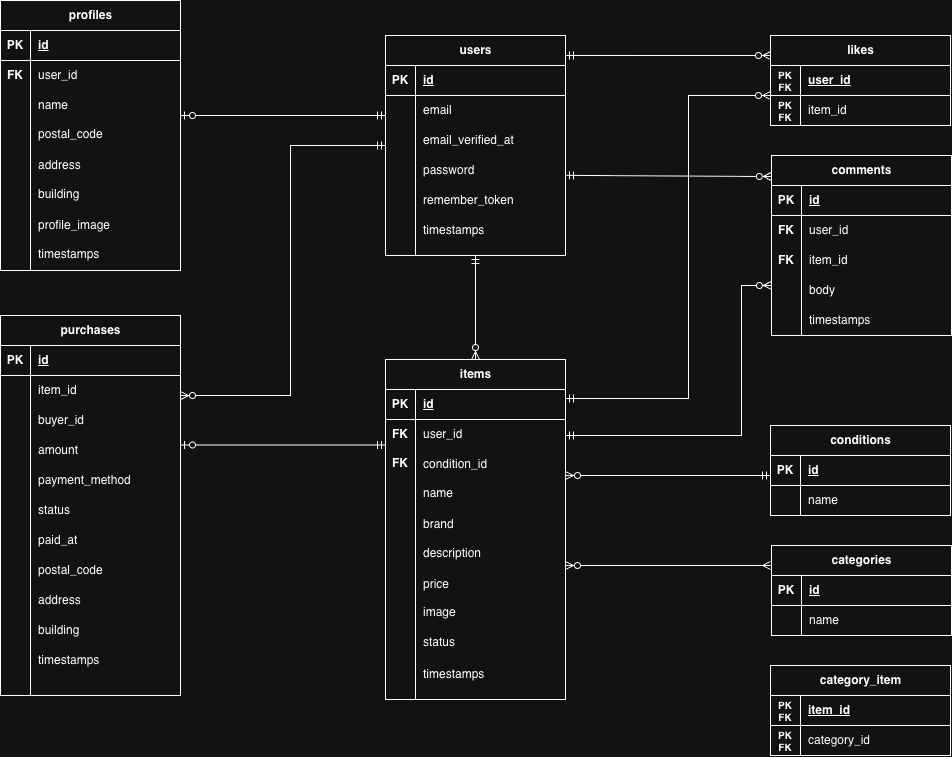
Earlier version of the draw.io export docs/erd.png (aliettamediter/flea-market_app). Source tidied: cells renumbered, new cells last; positions are measured from the earlier drawing's top-left corner, leaving out a move shared by most shapes.
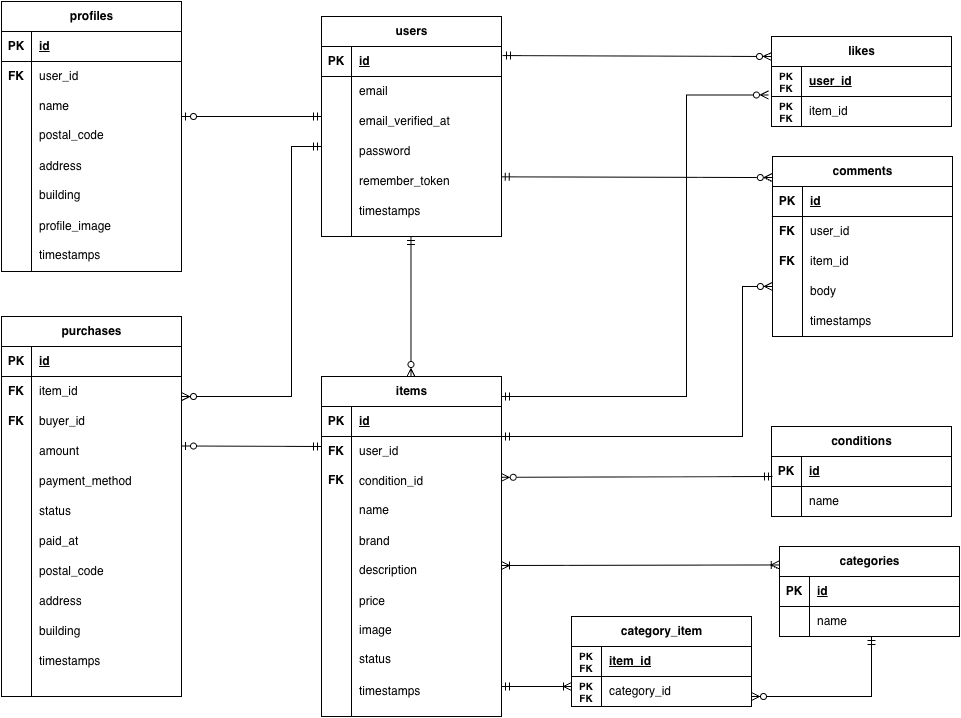
After the change.

The edit, as a diff of the source:
```diff
@@ -3,7 +3,7 @@
     <mxCell id="0" />
     <mxCell id="1" parent="0" />
     <mxCell id="2" style="group;" parent="1" vertex="1">
-      <mxGeometry x="385" y="35" width="180" height="220" as="geometry" />
+      <mxGeometry x="320" y="15" width="180" height="220" as="geometry" />
     </mxCell>
     <mxCell id="3" value="email_verified_at" style="shape=partialRectangle;fillColor=none;top=0;left=0;bottom=0;right=0;align=left;spacingLeft=6;overflow=hidden;whiteSpace=wrap;html=1;" parent="2" vertex="1">
       <mxGeometry x="30" y="90" width="150" height="30" as="geometry" />
@@ -108,7 +108,7 @@
       <mxGeometry y="60" width="30" height="30" as="geometry" />
     </mxCell>
     <mxCell id="37" style="group;" parent="1" vertex="1">
-      <mxGeometry x="385" y="359" width="180" height="330" as="geometry" />
+      <mxGeometry x="320" y="375" width="180" height="330" as="geometry" />
     </mxCell>
     <mxCell id="38" value="items" style="shape=table;startSize=30;rowLines=0;fontStyle=1;align=center;html=1;" parent="37" vertex="1">
       <mxGeometry width="180" height="340" as="geometry" />
@@ -177,7 +177,7 @@
       <mxGeometry x="30" y="268" width="150" height="29" as="geometry" />
     </mxCell>
     <mxCell id="60" value="categories" style="shape=table;startSize=30;rowLines=0;fontStyle=1;align=center;html=1;" parent="1" vertex="1">
-      <mxGeometry x="770.9" y="545" width="180" height="90" as="geometry" />
+      <mxGeometry x="778" y="545" width="180" height="90" as="geometry" />
     </mxCell>
     <mxCell id="61" style="shape=tableRow;horizontal=0;startSize=0;swimlaneHead=0;swimlaneBody=0;fillColor=none;top=0;left=0;right=0;bottom=1;" parent="60" vertex="1">
       <mxGeometry y="30" width="180" height="30" as="geometry" />
@@ -273,7 +273,7 @@
       <mxGeometry y="60" width="30" height="30" as="geometry" />
     </mxCell>
     <mxCell id="92" style="group;" parent="1" vertex="1">
-      <mxGeometry x="770" y="665" width="180" height="90" as="geometry" />
+      <mxGeometry x="570" y="615" width="180" height="90" as="geometry" />
     </mxCell>
     <mxCell id="93" value="category_item" style="shape=table;startSize=30;rowLines=0;fontStyle=1;align=center;html=1;" parent="92" vertex="1">
       <mxGeometry width="180" height="90" as="geometry" />
@@ -305,12 +305,13 @@
     <mxCell id="102" style="edgeStyle=entityRelationEdgeStyle;fontSize=12;html=1;endArrow=ERmandOne;startArrow=ERzeroToOne;rounded=0;startFill=0;" parent="1" edge="1">
       <mxGeometry relative="1" as="geometry">
         <mxPoint x="180" y="115" as="sourcePoint" />
-        <mxPoint x="385" y="115" as="targetPoint" />
+        <mxPoint x="320" y="115" as="targetPoint" />
       </mxGeometry>
     </mxCell>
-    <mxCell id="103" style="fontSize=12;html=1;endArrow=ERzeroToMany;rounded=0;entryX=0.5;entryY=0;entryDx=0;entryDy=0;startArrow=ERmandOne;startFill=0;endFill=0;" parent="1" edge="1" target="38">
+    <mxCell id="103" style="fontSize=12;html=1;endArrow=ERzeroToMany;rounded=0;entryX=0.5;entryY=0;entryDx=0;entryDy=0;startArrow=ERmandOne;startFill=0;endFill=0;" parent="1" edge="1">
       <mxGeometry relative="1" as="geometry">
-        <mxPoint x="475" y="255" as="sourcePoint" />
+        <mxPoint x="409.5" y="235" as="sourcePoint" />
+        <mxPoint x="409.5" y="375" as="targetPoint" />
       </mxGeometry>
     </mxCell>
     <mxCell id="104" value="conditions" style="shape=table;startSize=30;rowLines=0;fontStyle=1;align=center;html=1;" parent="1" vertex="1">
@@ -334,64 +335,59 @@
     <mxCell id="110" value="name" style="shape=partialRectangle;fillColor=none;top=0;left=0;bottom=0;right=0;align=left;spacingLeft=6;overflow=hidden;whiteSpace=wrap;html=1;" parent="108" vertex="1">
       <mxGeometry x="30" width="150" height="30" as="geometry" />
     </mxCell>
-    <mxCell id="111" style="fontSize=12;html=1;endArrow=ERzeroToMany;rounded=0;exitX=1;exitY=0.833;exitDx=0;exitDy=0;exitPerimeter=0;startArrow=ERmandOne;startFill=0;endFill=0;" parent="1" edge="1">
+    <mxCell id="111" style="fontSize=12;html=1;endArrow=ERzeroToMany;rounded=0;startArrow=ERmandOne;startFill=0;endFill=0;exitX=1.006;exitY=0.302;exitDx=0;exitDy=0;exitPerimeter=0;" parent="1" edge="1" source="8">
       <mxGeometry relative="1" as="geometry">
-        <mxPoint x="565" y="55" as="sourcePoint" />
         <mxPoint x="770" y="55" as="targetPoint" />
       </mxGeometry>
     </mxCell>
-    <mxCell id="112" style="fontSize=12;html=1;endArrow=ERzeroToMany;rounded=0;exitX=0.995;exitY=0.845;exitDx=0;exitDy=0;exitPerimeter=0;entryX=-0.006;entryY=0.067;entryDx=0;entryDy=0;entryPerimeter=0;startArrow=ERmandOne;startFill=0;endFill=0;" parent="1" edge="1">
+    <mxCell id="112" style="fontSize=12;html=1;endArrow=ERzeroToMany;rounded=0;entryX=-0.006;entryY=0.067;entryDx=0;entryDy=0;entryPerimeter=0;startArrow=ERmandOne;startFill=0;endFill=0;exitX=0.999;exitY=0.541;exitDx=0;exitDy=0;exitPerimeter=0;" parent="1" edge="1" source="14">
       <mxGeometry relative="1" as="geometry">
-        <mxPoint x="565" y="174.9" as="sourcePoint" />
         <mxPoint x="770.8" y="176.1" as="targetPoint" />
       </mxGeometry>
     </mxCell>
     <mxCell id="113" style="fontSize=12;html=1;endArrow=ERzeroToMany;rounded=0;edgeStyle=orthogonalEdgeStyle;startArrow=ERmandOne;startFill=0;endFill=0;entryX=1;entryY=0.667;entryDx=0;entryDy=0;entryPerimeter=0;" parent="1" edge="1" target="132">
       <mxGeometry relative="1" as="geometry">
-        <mxPoint x="385" y="145" as="sourcePoint" />
+        <mxPoint x="320" y="145" as="sourcePoint" />
         <Array as="points">
           <mxPoint x="290" y="145" />
           <mxPoint x="290" y="395" />
         </Array>
       </mxGeometry>
     </mxCell>
-    <mxCell id="114" style="fontSize=12;html=1;endArrow=ERmany;startArrow=ERzeroToMany;rounded=0;startFill=0;" parent="1" edge="1">
+    <mxCell id="114" style="fontSize=12;html=1;endArrow=ERoneToMany;startArrow=ERoneToMany;rounded=0;startFill=0;endFill=0;entryX=-0.002;entryY=0.205;entryDx=0;entryDy=0;entryPerimeter=0;" parent="1" edge="1" target="60">
       <mxGeometry relative="1" as="geometry">
-        <mxPoint x="565" y="565" as="sourcePoint" />
-        <mxPoint x="770" y="565" as="targetPoint" />
+        <mxPoint x="500" y="564" as="sourcePoint" />
       </mxGeometry>
     </mxCell>
-    <mxCell id="115" style="fontSize=12;html=1;endArrow=ERzeroToMany;rounded=0;edgeStyle=orthogonalEdgeStyle;exitX=1.011;exitY=0.967;exitDx=0;exitDy=0;exitPerimeter=0;startArrow=ERmandOne;startFill=0;endFill=0;" parent="1" edge="1">
+    <mxCell id="115" style="fontSize=12;html=1;endArrow=ERzeroToMany;rounded=0;edgeStyle=orthogonalEdgeStyle;exitX=1.017;exitY=0.063;exitDx=0;exitDy=0;exitPerimeter=0;startArrow=ERmandOne;startFill=0;endFill=0;" parent="1" edge="1">
       <mxGeometry relative="1" as="geometry">
-        <mxPoint x="565" y="398" as="sourcePoint" />
-        <mxPoint x="770" y="95" as="targetPoint" />
+        <mxPoint x="500" y="394.9" as="sourcePoint" />
+        <mxPoint x="766.9" y="93.5" as="targetPoint" />
         <Array as="points">
-          <mxPoint x="688" y="398" />
-          <mxPoint x="688" y="95" />
+          <mxPoint x="685" y="395" />
+          <mxPoint x="685" y="94" />
         </Array>
       </mxGeometry>
     </mxCell>
-    <mxCell id="116" style="fontSize=12;html=1;endArrow=ERzeroToMany;rounded=0;edgeStyle=orthogonalEdgeStyle;startArrow=ERmandOne;startFill=0;endFill=0;" parent="1" edge="1">
+    <mxCell id="116" style="fontSize=12;html=1;endArrow=ERzeroToMany;rounded=0;edgeStyle=orthogonalEdgeStyle;startArrow=ERmandOne;startFill=0;endFill=0;exitX=1;exitY=0;exitDx=0;exitDy=0;exitPerimeter=0;" parent="1" edge="1" source="42">
       <mxGeometry relative="1" as="geometry">
-        <mxPoint x="565" y="435" as="sourcePoint" />
         <mxPoint x="770.9" y="285" as="targetPoint" />
         <Array as="points">
-          <mxPoint x="565" y="435" />
           <mxPoint x="741" y="435" />
           <mxPoint x="741" y="285" />
         </Array>
       </mxGeometry>
     </mxCell>
-    <mxCell id="117" style="edgeStyle=entityRelationEdgeStyle;fontSize=12;html=1;endArrow=ERmandOne;startArrow=ERzeroToOne;rounded=0;startFill=0;" parent="1" edge="1">
+    <mxCell id="117" style="fontSize=12;html=1;endArrow=ERmandOne;startArrow=ERzeroToOne;rounded=0;startFill=0;" parent="1" edge="1">
       <mxGeometry relative="1" as="geometry">
         <mxPoint x="180" y="444.5" as="sourcePoint" />
-        <mxPoint x="385" y="444.5" as="targetPoint" />
+        <mxPoint x="320" y="445" as="targetPoint" />
       </mxGeometry>
     </mxCell>
-    <mxCell id="118" style="edgeStyle=entityRelationEdgeStyle;fontSize=12;html=1;endArrow=ERmandOne;startArrow=ERzeroToMany;rounded=0;startFill=0;" parent="1" edge="1">
+    <mxCell id="118" style="fontSize=12;html=1;endArrow=ERmandOne;startArrow=ERzeroToMany;rounded=0;startFill=0;exitX=0.993;exitY=0.361;exitDx=0;exitDy=0;exitPerimeter=0;" parent="1" edge="1">
       <mxGeometry relative="1" as="geometry">
-        <mxPoint x="565" y="475" as="sourcePoint" />
-        <mxPoint x="770" y="475" as="targetPoint" />
+        <mxPoint x="499.7" y="475.8" as="sourcePoint" />
+        <mxPoint x="771" y="475" as="targetPoint" />
       </mxGeometry>
     </mxCell>
     <mxCell id="119" value="timestamps" style="shape=partialRectangle;fillColor=none;top=0;left=0;bottom=0;right=0;align=left;spacingLeft=6;overflow=hidden;whiteSpace=wrap;html=1;" parent="1" vertex="1">
@@ -460,5 +456,26 @@
     <mxCell id="140" style="shape=partialRectangle;fillColor=none;top=0;left=0;bottom=0;right=0;align=left;spacingLeft=6;overflow=hidden;whiteSpace=wrap;html=1;" parent="138" vertex="1">
       <mxGeometry x="30" width="150" height="260" as="geometry" />
     </mxCell>
+    <mxCell id="141" value="FK" style="shape=partialRectangle;fillColor=none;top=0;left=0;bottom=0;right=0;fontStyle=1;overflow=hidden;whiteSpace=wrap;html=1;" parent="1" vertex="1">
+      <mxGeometry y="375" width="30" height="30" as="geometry" />
+    </mxCell>
+    <mxCell id="142" value="FK" style="shape=partialRectangle;fillColor=none;top=0;left=0;bottom=0;right=0;fontStyle=1;overflow=hidden;whiteSpace=wrap;html=1;" parent="1" vertex="1">
+      <mxGeometry y="405" width="30" height="30" as="geometry" />
+    </mxCell>
+    <mxCell id="143" style="edgeStyle=entityRelationEdgeStyle;fontSize=12;html=1;endArrow=ERoneToMany;startArrow=ERmandOne;rounded=0;startFill=0;endFill=0;" parent="1" edge="1">
+      <mxGeometry relative="1" as="geometry">
+        <mxPoint x="500" y="685" as="sourcePoint" />
+        <mxPoint x="570" y="685" as="targetPoint" />
+      </mxGeometry>
+    </mxCell>
+    <mxCell id="144" style="edgeStyle=orthogonalEdgeStyle;fontSize=12;html=1;endArrow=ERmandOne;endFill=0;startArrow=ERzeroToMany;rounded=0;" parent="1" edge="1">
+      <mxGeometry relative="1" as="geometry">
+        <mxPoint x="750" y="695" as="sourcePoint" />
+        <mxPoint x="870" y="635" as="targetPoint" />
+        <Array as="points">
+          <mxPoint x="870" y="695" />
+        </Array>
+      </mxGeometry>
+    </mxCell>
   </root>
 </mxGraphModel>
```
